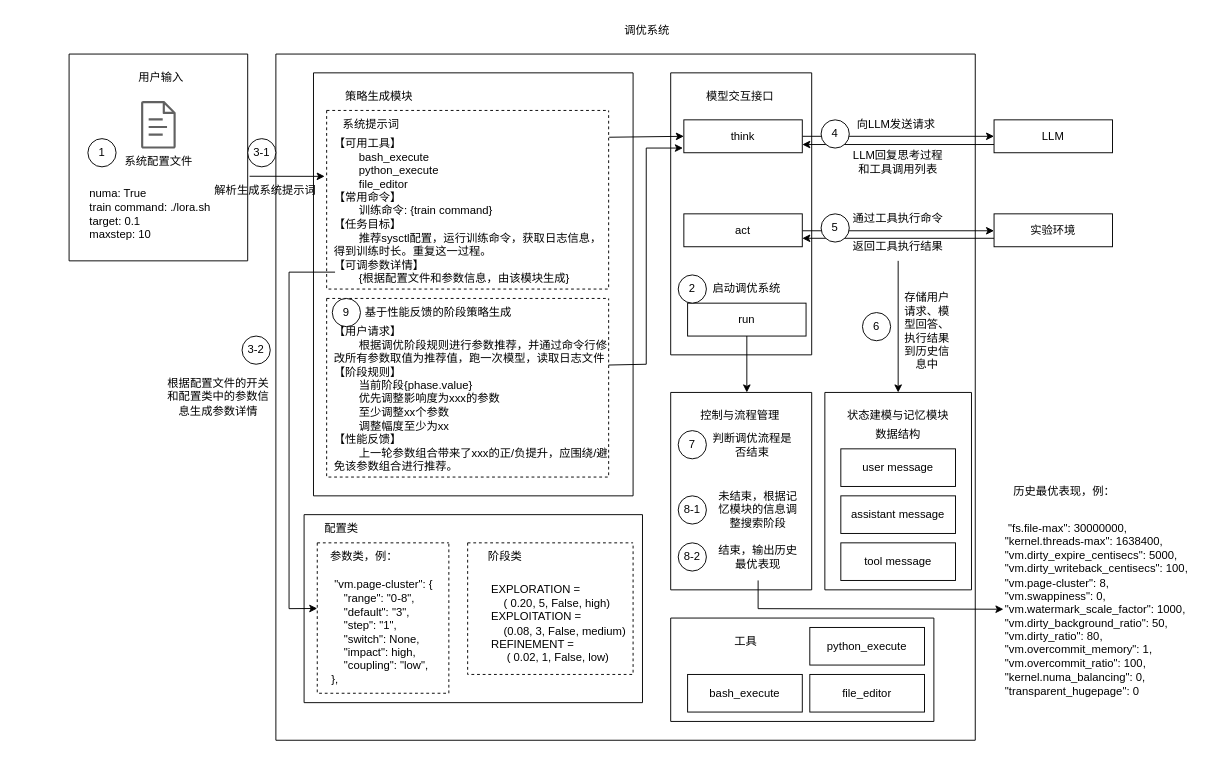
Earlier version of the draw.io diagram page "第 8 页" (8 of 14) of KernelTuneAgent.drawio (DonCoyi/_pictures). Source tidied: cells renumbered, new cells numbered last; positions are measured from the earlier drawing's top-left corner, leaving out a move shared by most shapes. Both pictures are drawn from the tidied source at 94%, with x=0, y=0 at pixel (69, 16).
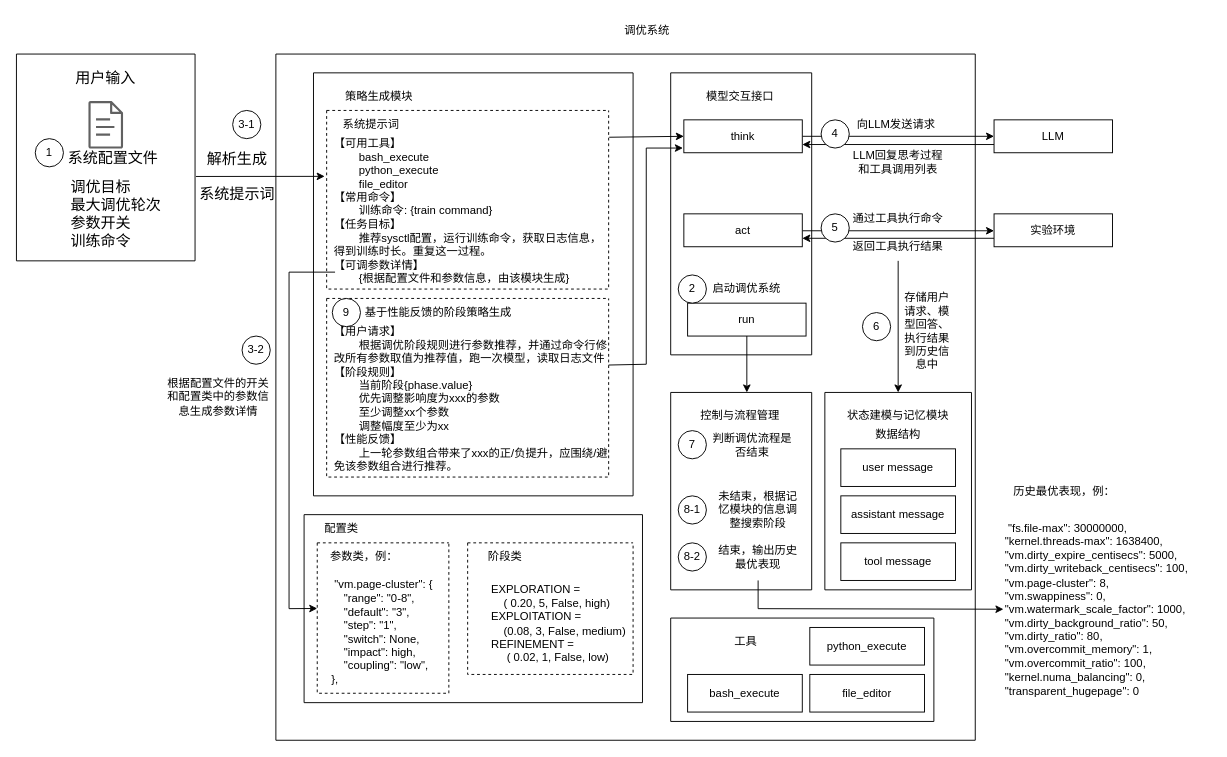
The same page after the edit.

Unchanged cells that the change refers to:
```xml
<mxCell id="5" style="swimlane;startSize=0;dashed=1;" parent="4" vertex="1">
  <mxGeometry x="14" y="40" width="300" height="190" as="geometry" />
</mxCell>
```

Diff of the diagram source:
```diff
@@
     <mxCell id="64" style="swimlane;startSize=0;" parent="1" vertex="1">
-      <mxGeometry y="40" width="190" height="220" as="geometry" />
+      <mxGeometry x="-56" y="40" width="190" height="220" as="geometry" />
     </mxCell>
-    <mxCell id="65" value="用户输入" style="text;html=1;whiteSpace=wrap;strokeColor=none;fillColor=none;align=center;verticalAlign=middle;rounded=0;" parent="64" vertex="1">
-      <mxGeometry x="67.5" y="10" width="60" height="30" as="geometry" />
-    </mxCell>
@@
-    <mxCell id="67" value="系统配置文件" style="text;html=1;whiteSpace=wrap;strokeColor=none;fillColor=none;align=center;verticalAlign=middle;rounded=0;" parent="64" vertex="1">
-      <mxGeometry x="53.8" y="100" width="82.5" height="30.6" as="geometry" />
+    <mxCell id="67" value="&lt;font face=&quot;宋体&quot; style=&quot;font-size: 16px;&quot;&gt;系统配置文件&lt;/font&gt;" style="text;html=1;whiteSpace=wrap;strokeColor=none;fillColor=none;align=center;verticalAlign=middle;rounded=0;" parent="64" vertex="1">
+      <mxGeometry x="50" y="94.7" width="106.2" height="30.6" as="geometry" />
     </mxCell>
-    <mxCell id="68" value="numa: True&lt;div&gt;train command: ./lora.sh&lt;/div&gt;&lt;div&gt;target: 0.1&lt;/div&gt;&lt;div&gt;maxstep: 10&lt;/div&gt;" style="text;html=1;whiteSpace=wrap;strokeColor=none;fillColor=none;align=left;verticalAlign=middle;rounded=0;" parent="64" vertex="1">
-      <mxGeometry x="20" y="140" width="150" height="60" as="geometry" />
+    <mxCell id="68" value="&lt;font face=&quot;宋体&quot; style=&quot;font-size: 16px;&quot;&gt;调优目标&lt;/font&gt;&lt;div&gt;&lt;font face=&quot;宋体&quot; style=&quot;font-size: 16px;&quot;&gt;最大调优轮次&lt;/font&gt;&lt;/div&gt;&lt;div&gt;&lt;font face=&quot;宋体&quot; style=&quot;font-size: 16px;&quot;&gt;参数开关&lt;/font&gt;&lt;/div&gt;&lt;div&gt;&lt;font face=&quot;宋体&quot; style=&quot;font-size: 16px;&quot;&gt;训练命令&lt;/font&gt;&lt;/div&gt;" style="text;html=1;whiteSpace=wrap;strokeColor=none;fillColor=none;align=left;verticalAlign=middle;rounded=0;" parent="64" vertex="1">
+      <mxGeometry x="56.2" y="130" width="100" height="80" as="geometry" />
     </mxCell>
@@
+    <mxCell id="65" value="&lt;font face=&quot;宋体&quot; style=&quot;font-size: 16px;&quot;&gt;用户输入&lt;/font&gt;" style="text;html=1;whiteSpace=wrap;strokeColor=none;fillColor=none;align=center;verticalAlign=middle;rounded=0;" parent="64" vertex="1">
+      <mxGeometry x="41.9" y="10" width="106.2" height="30.6" as="geometry" />
+    </mxCell>
@@
     <mxCell id="71" value="3-1" style="ellipse;whiteSpace=wrap;html=1;" parent="1" vertex="1">
-      <mxGeometry x="190" y="130" width="30" height="30" as="geometry" />
+      <mxGeometry x="174" y="100" width="30" height="30" as="geometry" />
     </mxCell>
-    <mxCell id="72" style="endArrow=classic;html=1;rounded=0;entryX=-0.007;entryY=0.369;entryDx=0;entryDy=0;entryPerimeter=0;" parent="1" edge="1" target="5">
-      <mxGeometry relative="1" as="geometry">
-        <mxPoint x="192" y="170" as="sourcePoint" />
-      </mxGeometry>
+    <mxCell id="72" style="endArrow=classic;html=1;rounded=0;entryX=-0.007;entryY=0.369;entryDx=0;entryDy=0;entryPerimeter=0;exitX=1.005;exitY=0.592;exitDx=0;exitDy=0;exitPerimeter=0;" parent="1" edge="1" source="64" target="5">
+      <mxGeometry relative="1" as="geometry" />
     </mxCell>
-    <mxCell id="73" value="解析生成系统提示词" style="text;html=1;whiteSpace=wrap;strokeColor=none;fillColor=none;align=center;verticalAlign=middle;rounded=0;" parent="1" vertex="1">
-      <mxGeometry x="154" y="170" width="110" height="30" as="geometry" />
+    <mxCell id="73" value="&lt;font face=&quot;宋体&quot; style=&quot;font-size: 16px;&quot;&gt;解析生成&lt;/font&gt;&lt;div&gt;&lt;font face=&quot;宋体&quot;&gt;&lt;span style=&quot;font-size: 16px;&quot;&gt;&lt;br&gt;&lt;/span&gt;&lt;/font&gt;&lt;div&gt;&lt;font face=&quot;宋体&quot; style=&quot;font-size: 16px;&quot;&gt;系统提示词&lt;/font&gt;&lt;/div&gt;&lt;/div&gt;" style="text;html=1;whiteSpace=wrap;strokeColor=none;fillColor=none;align=center;verticalAlign=middle;rounded=0;" parent="1" vertex="1">
+      <mxGeometry x="134" y="140" width="90" height="60" as="geometry" />
     </mxCell>
```
